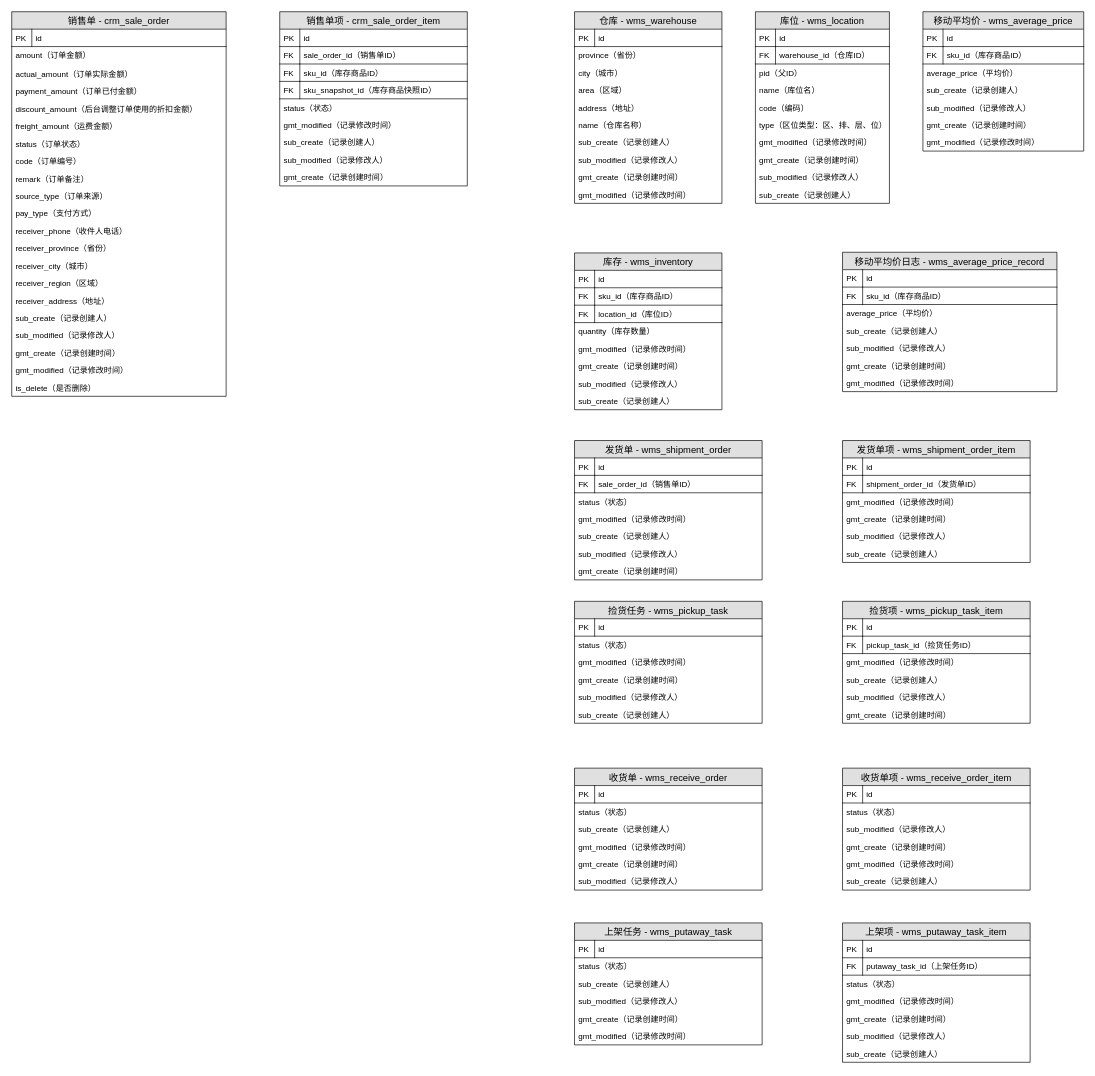
The draw.io diagram page "第 1 页" (1 of 5) of 技术架构.drawio in jason-live/flow, before the edit. Source tidied: cells renumbered, new cells numbered last; positions are measured from the earlier drawing's top-left corner, leaving out a move shared by most shapes. Both pictures are drawn from the tidied source at 67%, with x=0, y=0 at pixel (11, 11).
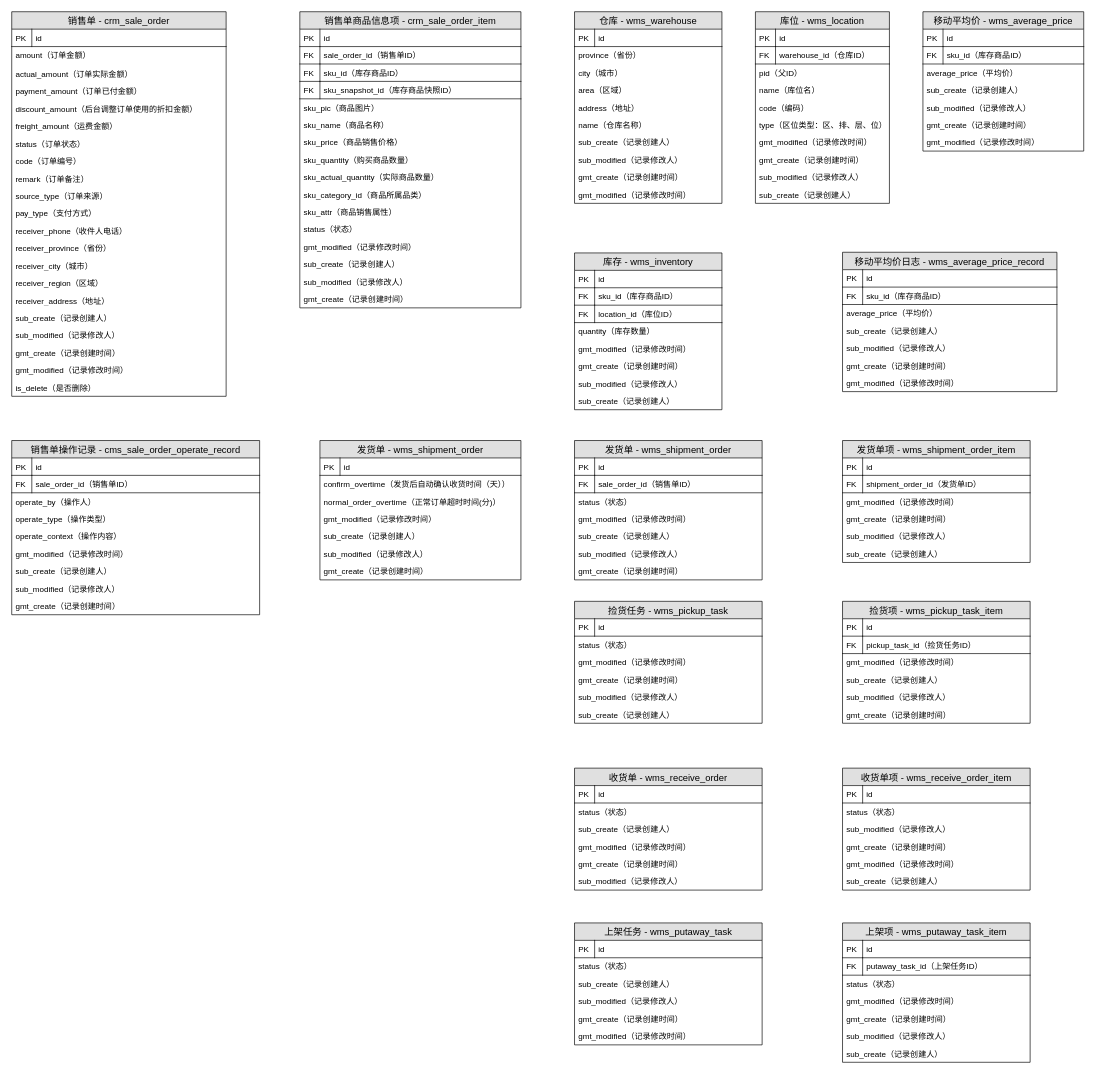
The same diagram, later.

Commit message:
更新技术架构.drawio

Diff of the diagram source:
```diff
@@
-    <mxCell id="152" value="销售单项 - crm_sale_order_item" style="swimlane;fontStyle=0;horizontal=1;startSize=26;fillColor=#e0e0e0;swimlaneFillColor=#ffffff;align=center;fontSize=14;" parent="1" vertex="1">
-      <mxGeometry x="400" width="280" height="260" as="geometry" />
+    <mxCell id="152" value="销售单商品信息项 - crm_sale_order_item" style="swimlane;fontStyle=0;horizontal=1;startSize=26;fillColor=#e0e0e0;swimlaneFillColor=#ffffff;align=center;fontSize=14;" parent="1" vertex="1">
+      <mxGeometry x="430" width="330" height="442" as="geometry" />
     </mxCell>
     <mxCell id="153" value="id" style="shape=partialRectangle;top=0;left=0;right=0;bottom=1;align=left;verticalAlign=top;fillColor=none;spacingLeft=34;spacingRight=4;overflow=hidden;fontSize=12;" parent="152" vertex="1">
-      <mxGeometry y="26" width="280" height="26" as="geometry" />
+      <mxGeometry y="26" width="330" height="26" as="geometry" />
     </mxCell>
@@
     <mxCell id="155" value="sale_order_id（销售单ID）" style="shape=partialRectangle;top=0;left=0;right=0;bottom=1;align=left;verticalAlign=top;fillColor=none;spacingLeft=34;spacingRight=4;overflow=hidden;fontSize=12;rounded=1;shadow=0;strokeWidth=1;html=0;" parent="152" vertex="1">
-      <mxGeometry y="52" width="280" height="26" as="geometry" />
+      <mxGeometry y="52" width="330" height="26" as="geometry" />
     </mxCell>
@@
     <mxCell id="157" value="sku_id（库存商品ID）" style="shape=partialRectangle;top=0;left=0;right=0;bottom=1;align=left;verticalAlign=top;fillColor=none;spacingLeft=34;spacingRight=4;overflow=hidden;fontSize=12;rounded=1;shadow=0;strokeWidth=1;html=0;" parent="152" vertex="1">
-      <mxGeometry y="78" width="280" height="26" as="geometry" />
+      <mxGeometry y="78" width="330" height="26" as="geometry" />
     </mxCell>
@@
     <mxCell id="159" value="sku_snapshot_id（库存商品快照ID）" style="shape=partialRectangle;top=0;left=0;right=0;bottom=1;align=left;verticalAlign=top;fillColor=none;spacingLeft=34;spacingRight=4;overflow=hidden;fontSize=12;rounded=1;shadow=0;strokeWidth=1;html=0;" parent="152" vertex="1">
-      <mxGeometry y="104" width="280" height="26" as="geometry" />
+      <mxGeometry y="104" width="330" height="26" as="geometry" />
     </mxCell>
@@
+    <mxCell id="166" value="sku_pic（商品图片）" style="text;strokeColor=none;fillColor=none;spacingLeft=4;spacingRight=4;overflow=hidden;fontSize=12;rounded=1;shadow=0;html=0;" parent="152" vertex="1">
+      <mxGeometry y="130" width="330" height="26" as="geometry" />
+    </mxCell>
+    <mxCell id="167" value="sku_name（商品名称）" style="text;strokeColor=none;fillColor=none;spacingLeft=4;spacingRight=4;overflow=hidden;fontSize=12;rounded=1;shadow=0;html=0;" parent="152" vertex="1">
+      <mxGeometry y="156" width="330" height="26" as="geometry" />
+    </mxCell>
+    <mxCell id="168" value="sku_price（商品销售价格）" style="text;strokeColor=none;fillColor=none;spacingLeft=4;spacingRight=4;overflow=hidden;fontSize=12;rounded=1;shadow=0;html=0;" parent="152" vertex="1">
+      <mxGeometry y="182" width="330" height="26" as="geometry" />
+    </mxCell>
+    <mxCell id="169" value="sku_quantity（购买商品数量）" style="text;strokeColor=none;fillColor=none;spacingLeft=4;spacingRight=4;overflow=hidden;fontSize=12;rounded=1;shadow=0;html=0;" parent="152" vertex="1">
+      <mxGeometry y="208" width="330" height="26" as="geometry" />
+    </mxCell>
+    <mxCell id="170" value="sku_actual_quantity（实际商品数量）" style="text;strokeColor=none;fillColor=none;spacingLeft=4;spacingRight=4;overflow=hidden;fontSize=12;rounded=1;shadow=0;html=0;" parent="152" vertex="1">
+      <mxGeometry y="234" width="330" height="26" as="geometry" />
+    </mxCell>
+    <mxCell id="171" value="sku_category_id（商品所属品类）" style="text;strokeColor=none;fillColor=none;spacingLeft=4;spacingRight=4;overflow=hidden;fontSize=12;rounded=1;shadow=0;html=0;" parent="152" vertex="1">
+      <mxGeometry y="260" width="330" height="26" as="geometry" />
+    </mxCell>
+    <mxCell id="172" value="sku_attr（商品销售属性）" style="text;strokeColor=none;fillColor=none;spacingLeft=4;spacingRight=4;overflow=hidden;fontSize=12;rounded=1;shadow=0;html=0;" parent="152" vertex="1">
+      <mxGeometry y="286" width="330" height="26" as="geometry" />
+    </mxCell>
     <mxCell id="161" value="status（状态）" style="text;strokeColor=none;fillColor=none;spacingLeft=4;spacingRight=4;overflow=hidden;fontSize=12;rounded=1;shadow=0;html=0;" parent="152" vertex="1">
-      <mxGeometry y="130" width="280" height="26" as="geometry" />
+      <mxGeometry y="312" width="330" height="26" as="geometry" />
     </mxCell>
     <mxCell id="162" value="gmt_modified（记录修改时间）" style="text;strokeColor=none;fillColor=none;spacingLeft=4;spacingRight=4;overflow=hidden;fontSize=12;rounded=1;shadow=0;html=0;" parent="152" vertex="1">
-      <mxGeometry y="156" width="280" height="26" as="geometry" />
+      <mxGeometry y="338" width="330" height="26" as="geometry" />
     </mxCell>
     <mxCell id="163" value="sub_create（记录创建人）" style="text;strokeColor=none;fillColor=none;spacingLeft=4;spacingRight=4;overflow=hidden;fontSize=12;rounded=1;shadow=0;html=0;" parent="152" vertex="1">
-      <mxGeometry y="182" width="280" height="26" as="geometry" />
+      <mxGeometry y="364" width="330" height="26" as="geometry" />
     </mxCell>
     <mxCell id="164" value="sub_modified（记录修改人）" style="text;strokeColor=none;fillColor=none;spacingLeft=4;spacingRight=4;overflow=hidden;fontSize=12;rounded=1;shadow=0;html=0;" parent="152" vertex="1">
-      <mxGeometry y="208" width="280" height="26" as="geometry" />
+      <mxGeometry y="390" width="330" height="26" as="geometry" />
     </mxCell>
     <mxCell id="165" value="gmt_create（记录创建时间）" style="text;strokeColor=none;fillColor=none;spacingLeft=4;spacingRight=4;overflow=hidden;fontSize=12;rounded=1;shadow=0;html=0;" parent="152" vertex="1">
-      <mxGeometry y="234" width="280" height="26" as="geometry" />
+      <mxGeometry y="416" width="330" height="26" as="geometry" />
     </mxCell>
+    <mxCell id="173" value="销售单操作记录 - cms_sale_order_operate_record" style="swimlane;fontStyle=0;horizontal=1;startSize=26;fillColor=#e0e0e0;swimlaneFillColor=#ffffff;align=center;fontSize=14;" parent="1" vertex="1">
+      <mxGeometry y="640" width="370" height="260" as="geometry" />
+    </mxCell>
+    <mxCell id="174" value="id" style="shape=partialRectangle;top=0;left=0;right=0;bottom=1;align=left;verticalAlign=top;fillColor=none;spacingLeft=34;spacingRight=4;overflow=hidden;fontSize=12;" parent="173" vertex="1">
+      <mxGeometry y="26" width="370" height="26" as="geometry" />
+    </mxCell>
+    <mxCell id="175" value="PK" style="shape=partialRectangle;top=0;left=0;bottom=0;fillColor=none;align=left;verticalAlign=top;spacingLeft=4;spacingRight=4;overflow=hidden;fontSize=12;" parent="174" vertex="1">
+      <mxGeometry width="30" height="26" as="geometry" />
+    </mxCell>
+    <mxCell id="176" value="sale_order_id（销售单ID）" style="shape=partialRectangle;top=0;left=0;right=0;bottom=1;align=left;verticalAlign=top;fillColor=none;spacingLeft=34;spacingRight=4;overflow=hidden;fontSize=12;rounded=1;shadow=0;strokeWidth=1;html=0;" parent="173" vertex="1">
+      <mxGeometry y="52" width="370" height="26" as="geometry" />
+    </mxCell>
+    <mxCell id="177" value="FK" style="shape=partialRectangle;top=0;left=0;bottom=0;fillColor=none;align=left;verticalAlign=top;spacingLeft=4;spacingRight=4;overflow=hidden;fontSize=12;" parent="176" vertex="1">
+      <mxGeometry width="30" height="26" as="geometry" />
+    </mxCell>
+    <mxCell id="178" value="operate_by（操作人）" style="text;strokeColor=none;fillColor=none;spacingLeft=4;spacingRight=4;overflow=hidden;fontSize=12;rounded=1;shadow=0;html=0;" parent="173" vertex="1">
+      <mxGeometry y="78" width="370" height="26" as="geometry" />
+    </mxCell>
+    <mxCell id="179" value="operate_type（操作类型）" style="text;strokeColor=none;fillColor=none;spacingLeft=4;spacingRight=4;overflow=hidden;fontSize=12;rounded=1;shadow=0;html=0;" parent="173" vertex="1">
+      <mxGeometry y="104" width="370" height="26" as="geometry" />
+    </mxCell>
+    <mxCell id="180" value="operate_context（操作内容）" style="text;strokeColor=none;fillColor=none;spacingLeft=4;spacingRight=4;overflow=hidden;fontSize=12;rounded=1;shadow=0;html=0;" parent="173" vertex="1">
+      <mxGeometry y="130" width="370" height="26" as="geometry" />
+    </mxCell>
+    <mxCell id="181" value="gmt_modified（记录修改时间）" style="text;strokeColor=none;fillColor=none;spacingLeft=4;spacingRight=4;overflow=hidden;fontSize=12;rounded=1;shadow=0;html=0;" parent="173" vertex="1">
+      <mxGeometry y="156" width="370" height="26" as="geometry" />
+    </mxCell>
+    <mxCell id="182" value="sub_create（记录创建人）" style="text;strokeColor=none;fillColor=none;spacingLeft=4;spacingRight=4;overflow=hidden;fontSize=12;rounded=1;shadow=0;html=0;" parent="173" vertex="1">
+      <mxGeometry y="182" width="370" height="26" as="geometry" />
+    </mxCell>
+    <mxCell id="183" value="sub_modified（记录修改人）" style="text;strokeColor=none;fillColor=none;spacingLeft=4;spacingRight=4;overflow=hidden;fontSize=12;rounded=1;shadow=0;html=0;" parent="173" vertex="1">
+      <mxGeometry y="208" width="370" height="26" as="geometry" />
+    </mxCell>
+    <mxCell id="184" value="gmt_create（记录创建时间）" style="text;strokeColor=none;fillColor=none;spacingLeft=4;spacingRight=4;overflow=hidden;fontSize=12;rounded=1;shadow=0;html=0;" parent="173" vertex="1">
+      <mxGeometry y="234" width="370" height="26" as="geometry" />
+    </mxCell>
+    <mxCell id="185" value="发货单 - wms_shipment_order" style="swimlane;fontStyle=0;horizontal=1;startSize=26;fillColor=#e0e0e0;swimlaneFillColor=#ffffff;align=center;fontSize=14;" parent="1" vertex="1">
+      <mxGeometry x="460" y="640" width="300" height="208" as="geometry" />
+    </mxCell>
+    <mxCell id="186" value="id" style="shape=partialRectangle;top=0;left=0;right=0;bottom=1;align=left;verticalAlign=top;fillColor=none;spacingLeft=34;spacingRight=4;overflow=hidden;fontSize=12;" parent="185" vertex="1">
+      <mxGeometry y="26" width="300" height="26" as="geometry" />
+    </mxCell>
+    <mxCell id="187" value="PK" style="shape=partialRectangle;top=0;left=0;bottom=0;fillColor=none;align=left;verticalAlign=top;spacingLeft=4;spacingRight=4;overflow=hidden;fontSize=12;" parent="186" vertex="1">
+      <mxGeometry width="30" height="26" as="geometry" />
+    </mxCell>
+    <mxCell id="188" value="confirm_overtime（发货后自动确认收货时间（天））" style="text;strokeColor=none;fillColor=none;spacingLeft=4;spacingRight=4;overflow=hidden;fontSize=12;rounded=1;shadow=0;html=0;" parent="185" vertex="1">
+      <mxGeometry y="52" width="300" height="26" as="geometry" />
+    </mxCell>
+    <mxCell id="189" value="normal_order_overtime（正常订单超时时间(分)）" style="text;strokeColor=none;fillColor=none;spacingLeft=4;spacingRight=4;overflow=hidden;fontSize=12;rounded=1;shadow=0;html=0;" parent="185" vertex="1">
+      <mxGeometry y="78" width="300" height="26" as="geometry" />
+    </mxCell>
+    <mxCell id="190" value="gmt_modified（记录修改时间）" style="text;strokeColor=none;fillColor=none;spacingLeft=4;spacingRight=4;overflow=hidden;fontSize=12;rounded=1;shadow=0;html=0;" parent="185" vertex="1">
+      <mxGeometry y="104" width="300" height="26" as="geometry" />
+    </mxCell>
+    <mxCell id="191" value="sub_create（记录创建人）" style="text;strokeColor=none;fillColor=none;spacingLeft=4;spacingRight=4;overflow=hidden;fontSize=12;rounded=1;shadow=0;html=0;" parent="185" vertex="1">
+      <mxGeometry y="130" width="300" height="26" as="geometry" />
+    </mxCell>
+    <mxCell id="192" value="sub_modified（记录修改人）" style="text;strokeColor=none;fillColor=none;spacingLeft=4;spacingRight=4;overflow=hidden;fontSize=12;rounded=1;shadow=0;html=0;" parent="185" vertex="1">
+      <mxGeometry y="156" width="300" height="26" as="geometry" />
+    </mxCell>
+    <mxCell id="193" value="gmt_create（记录创建时间）" style="text;strokeColor=none;fillColor=none;spacingLeft=4;spacingRight=4;overflow=hidden;fontSize=12;rounded=1;shadow=0;html=0;" parent="185" vertex="1">
+      <mxGeometry y="182" width="300" height="26" as="geometry" />
+    </mxCell>
```
